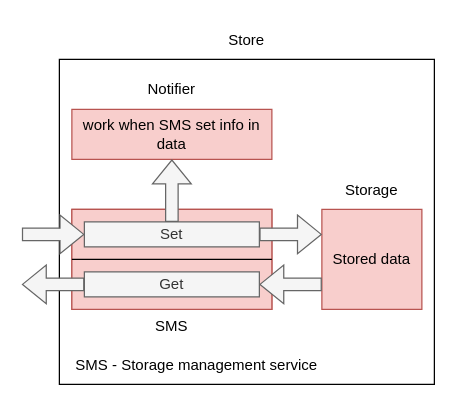
This is Structures/Store/StoreDiagram.drawio from Htomsik/AppInfrastructure, a draw.io file, before an edit. Source tidied: cells renumbered, new cells numbered last; positions are measured from the earlier drawing's top-left corner, leaving out a move shared by most shapes. Both pictures are drawn from the tidied source at 125%, with x=0, y=0 at pixel (21, 21).
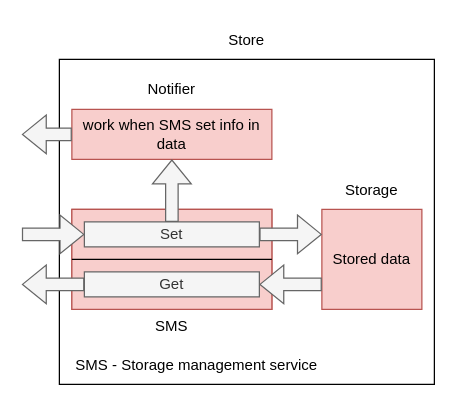
Above is the later version.

The change refers to these unchanged cells:
```xml
<mxCell id="7" value="work when SMS set info in data " style="rounded=0;whiteSpace=wrap;html=1;fillColor=#f8cecc;strokeColor=#b85450;" parent="6" vertex="1">
  <mxGeometry y="30" width="160" height="40" as="geometry" />
</mxCell>
```

What changed in the source:
```diff
@@
+    <mxCell id="22" style="shape=flexArrow;endArrow=classic;html=1;rounded=0;exitX=0;exitY=0.5;exitDx=0;exitDy=0;fillColor=#f5f5f5;strokeColor=#666666;" parent="1" edge="1" source="7">
+      <mxGeometry relative="1" as="geometry">
+        <mxPoint y="90" as="targetPoint" />
+      </mxGeometry>
+    </mxCell>
```
